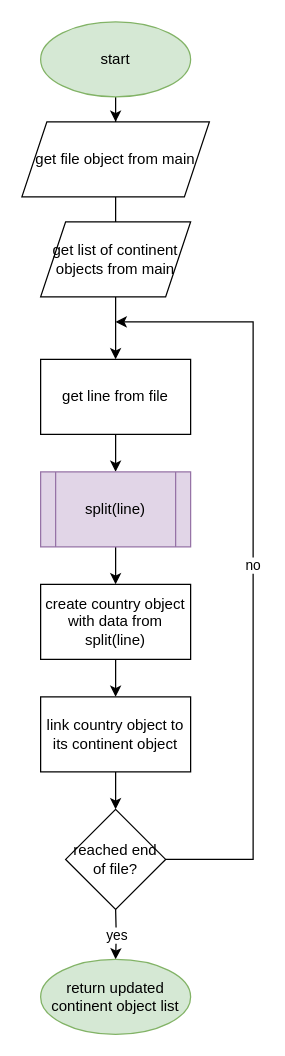
The draw.io diagram page "parse_file()" (2 of 2) of Continental_Data_Flowchart.drawio in Joel-Vernon-98/Continental_Data, before the edit. Source tidied: cells renumbered, new cells numbered last; positions are measured from the earlier drawing's top-left corner, leaving out a move shared by most shapes. Both pictures are drawn from the tidied source at 125%, with x=0, y=0 at pixel (21, 21).
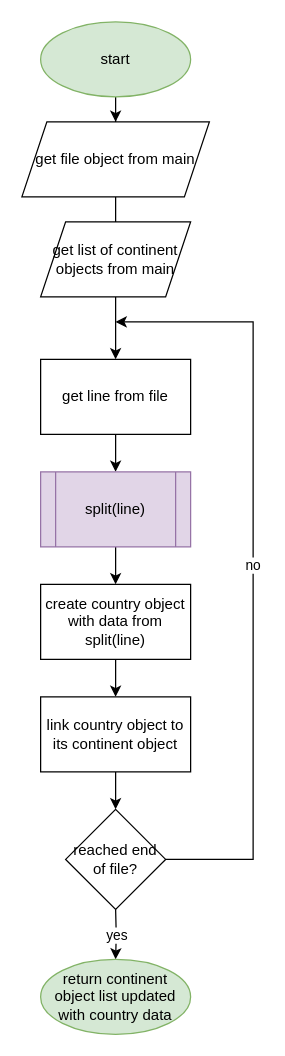
After the change.

What changed in the source:
```diff
@@
-    <mxCell id="17" value="return updated continent object list" style="ellipse;whiteSpace=wrap;html=1;fillColor=#d5e8d4;strokeColor=#82b366;" parent="1" vertex="1">
+    <mxCell id="17" value="return continent object list updated with country data" style="ellipse;whiteSpace=wrap;html=1;fillColor=#d5e8d4;strokeColor=#82b366;" parent="1" vertex="1">
       <mxGeometry x="15" y="750" width="120" height="60" as="geometry" />
     </mxCell>
```
